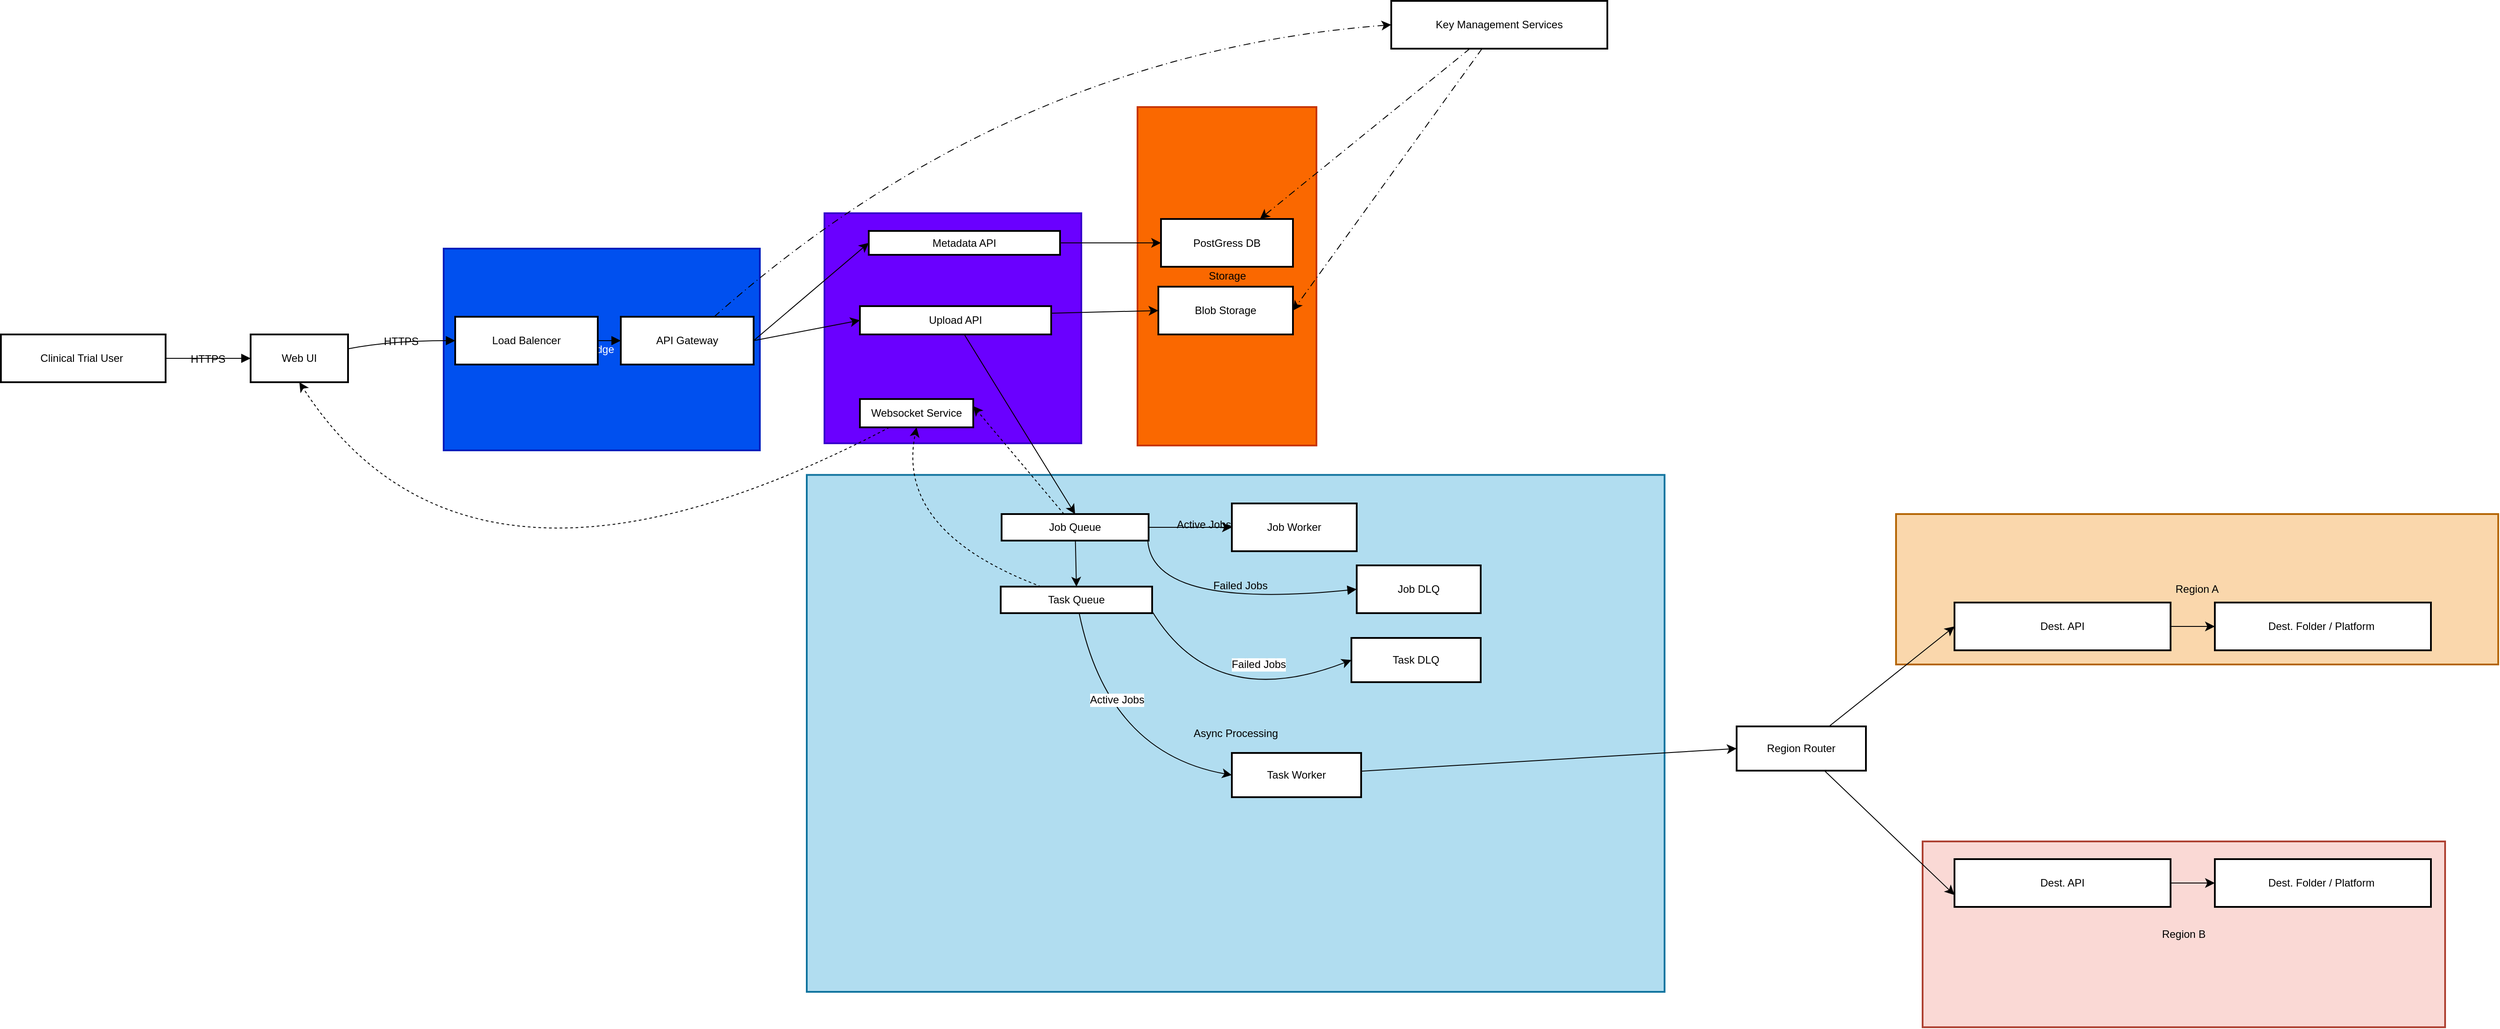
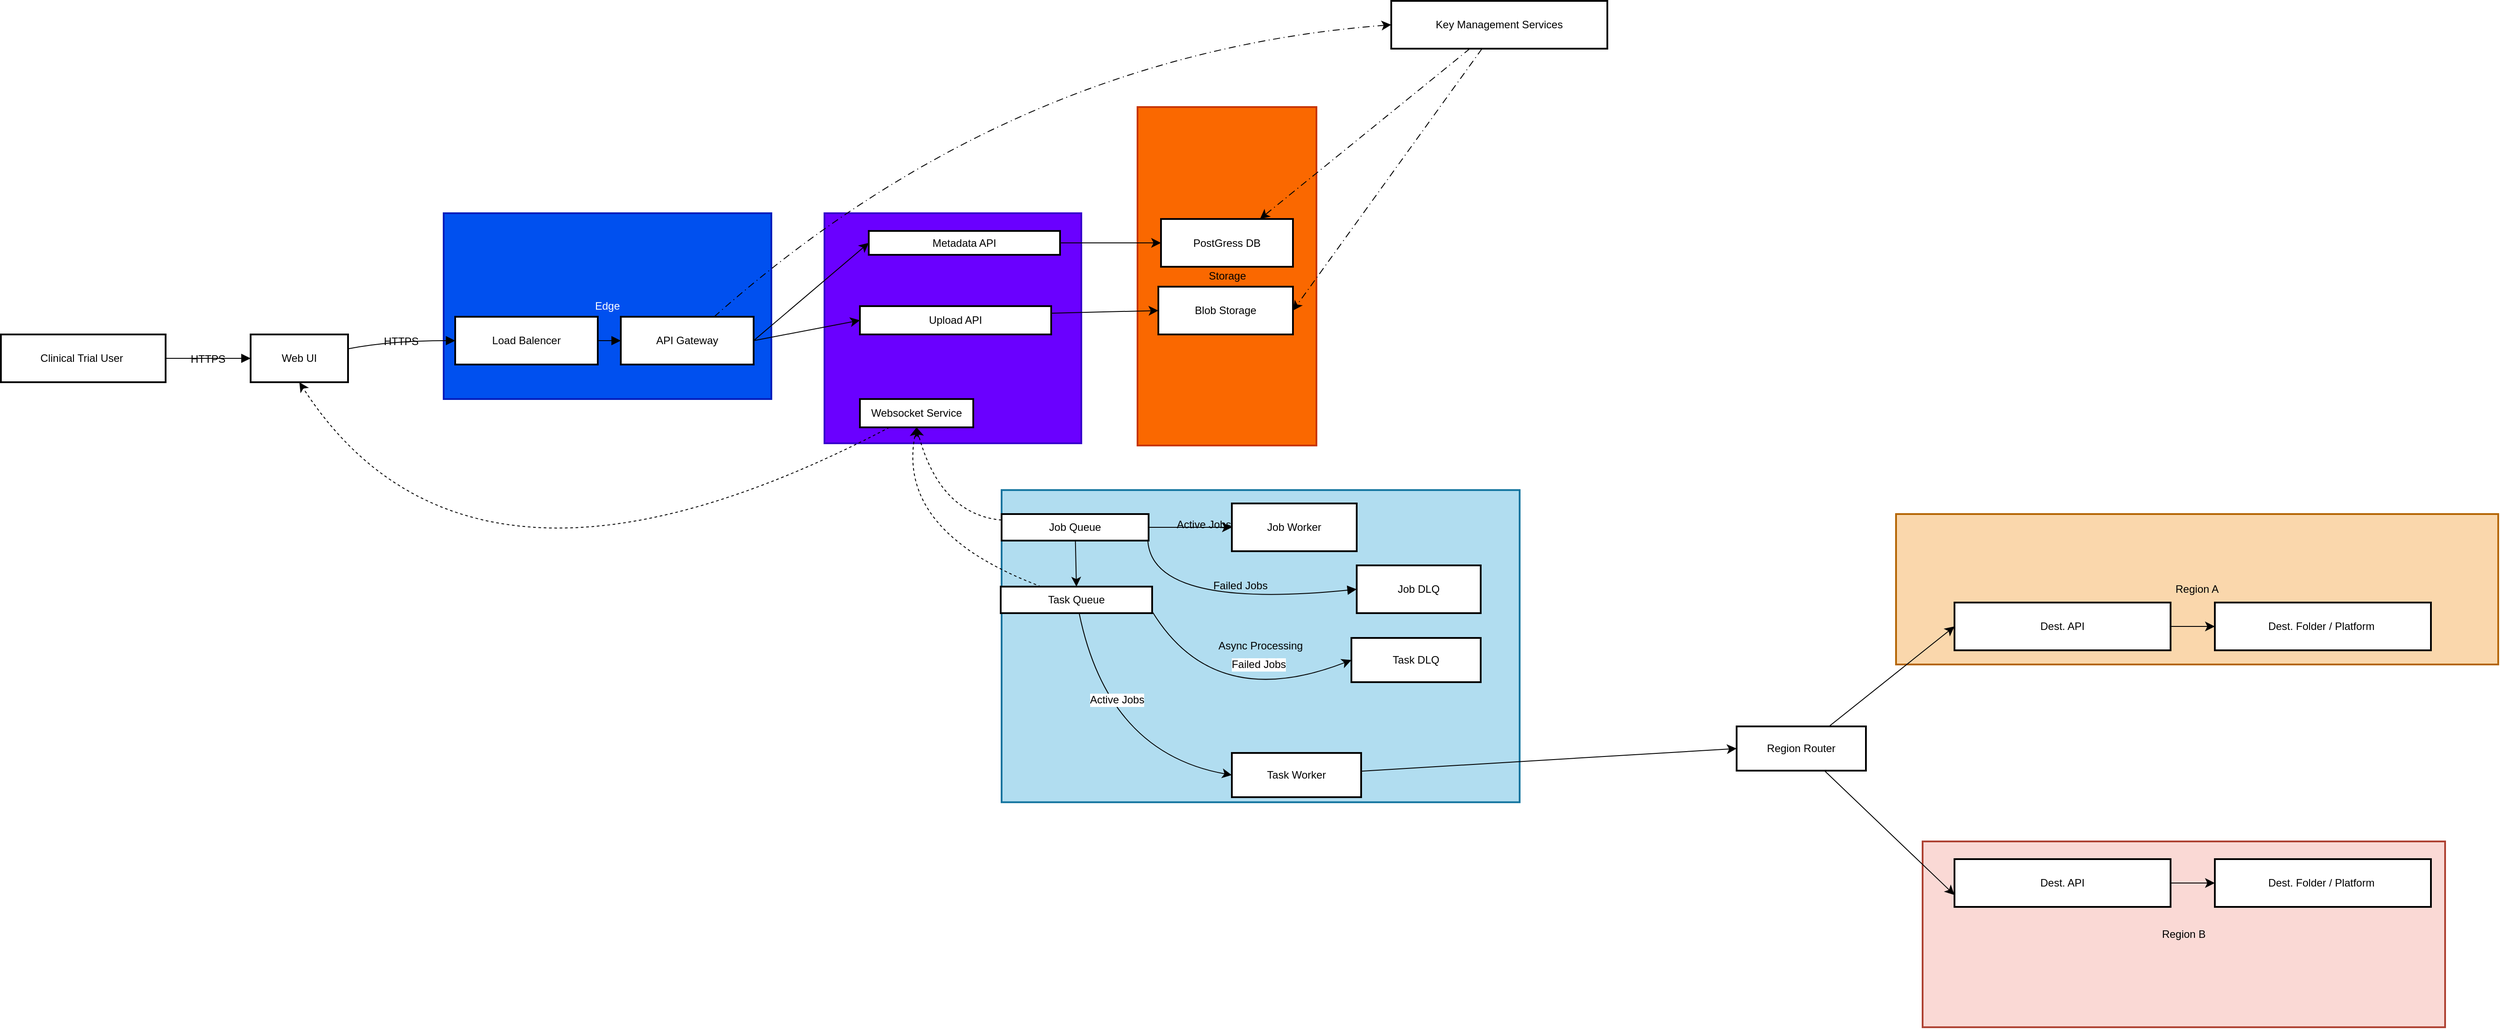
<mxfile host="app.diagrams.net">
  <diagram name="Overall-Diagram" id="Xauzskn0iYLa3f8TggF1">
-     <mxGraphModel dx="1984" dy="2451" grid="1" gridSize="10" guides="1" tooltips="1" connect="1" arrows="1" fold="1" page="1" pageScale="1" pageWidth="850" pageHeight="1100" background="none" math="0" shadow="0">
+     <mxGraphModel dx="1267" dy="1808" grid="1" gridSize="10" guides="1" tooltips="1" connect="1" arrows="1" fold="1" page="1" pageScale="1" pageWidth="850" pageHeight="1100" background="none" math="0" shadow="0">
      <root>
        <mxCell id="0" />
        <mxCell id="1" parent="0" />
        <mxCell id="tPvMw2njpGqdJi2HAjV1-28" parent="1" style="whiteSpace=wrap;strokeWidth=2;rounded=0;labelBackgroundColor=none;fillColor=#fad9d5;strokeColor=#ae4132;" value="Region B" vertex="1">
          <mxGeometry height="210" width="590" x="2270" y="750" as="geometry" />
        </mxCell>
        <mxCell id="tPvMw2njpGqdJi2HAjV1-27" parent="1" style="whiteSpace=wrap;strokeWidth=2;rounded=0;labelBackgroundColor=none;fillColor=#fad7ac;strokeColor=#b46504;" value="Region A" vertex="1">
          <mxGeometry height="170" width="680" x="2240" y="380" as="geometry" />
        </mxCell>
        <mxCell id="LGeiLnGPZ_kJypGg9XhN-2" parent="1" style="whiteSpace=wrap;strokeWidth=2;rounded=0;labelBackgroundColor=none;fillColor=#b1ddf0;strokeColor=#10739e;aspect=fixed;" value="Async Processing" vertex="1">
-           <mxGeometry height="584.25" width="968.63" x="1010" y="335.75" as="geometry" />
+           <mxGeometry height="352.83" width="584.97" x="1230" y="352.88" as="geometry" />
        </mxCell>
        <mxCell id="LGeiLnGPZ_kJypGg9XhN-39" edge="1" parent="1" source="LGeiLnGPZ_kJypGg9XhN-14" style="curved=1;startArrow=none;endArrow=block;exitX=1;exitY=0.5;entryX=0;entryY=0.5;rounded=0;fontSize=12;startSize=8;endSize=8;exitDx=0;exitDy=0;labelBackgroundColor=none;fontColor=default;" target="LGeiLnGPZ_kJypGg9XhN-21" value="Failed Jobs">
          <mxGeometry relative="1" x="0.2549" y="18" as="geometry">
            <mxPoint as="offset" />
            <Array as="points">
              <mxPoint x="1380" y="490" />
            </Array>
          </mxGeometry>
        </mxCell>
        <mxCell id="LGeiLnGPZ_kJypGg9XhN-4" parent="1" style="whiteSpace=wrap;strokeWidth=2;rounded=0;labelBackgroundColor=none;fillColor=#6a00ff;fontColor=#ffffff;strokeColor=#3700CC;" value="API Services" vertex="1">
          <mxGeometry height="260" width="290" x="1030" y="40" as="geometry" />
        </mxCell>
        <mxCell id="LGeiLnGPZ_kJypGg9XhN-3" parent="1" style="whiteSpace=wrap;strokeWidth=2;rounded=0;labelBackgroundColor=none;fillColor=#fa6800;fontColor=#000000;strokeColor=#C73500;" value="Storage" vertex="1">
          <mxGeometry height="382.5" width="202" x="1383.5" y="-80" as="geometry" />
        </mxCell>
        <mxCell id="LGeiLnGPZ_kJypGg9XhN-5" parent="1" style="whiteSpace=wrap;strokeWidth=2;rounded=0;labelBackgroundColor=none;fillColor=#0050ef;fontColor=#ffffff;strokeColor=#001DBC;" value="Edge" vertex="1">
-           <mxGeometry height="228" width="357" x="600" y="80" as="geometry" />
+           <mxGeometry height="210" width="370" x="600" y="40" as="geometry" />
        </mxCell>
        <mxCell id="LGeiLnGPZ_kJypGg9XhN-6" parent="1" style="whiteSpace=wrap;strokeWidth=2;rounded=0;labelBackgroundColor=none;" value="Clinical Trial User " vertex="1">
          <mxGeometry height="54" width="186" x="100" y="177" as="geometry" />
        </mxCell>
        <mxCell id="LGeiLnGPZ_kJypGg9XhN-7" parent="1" style="whiteSpace=wrap;strokeWidth=2;rounded=0;labelBackgroundColor=none;" value="Web UI" vertex="1">
          <mxGeometry height="54" width="110" x="382" y="177" as="geometry" />
        </mxCell>
        <mxCell id="LGeiLnGPZ_kJypGg9XhN-8" parent="1" style="whiteSpace=wrap;strokeWidth=2;rounded=0;labelBackgroundColor=none;" value="Load Balencer" vertex="1">
          <mxGeometry height="54" width="161" x="613" y="157" as="geometry" />
        </mxCell>
        <mxCell id="ijDLy2rUQYNMrnhEq9o_-15" edge="1" parent="1" source="LGeiLnGPZ_kJypGg9XhN-9" style="edgeStyle=none;curved=1;rounded=0;orthogonalLoop=1;jettySize=auto;html=1;fontSize=12;startSize=8;endSize=8;entryX=0;entryY=0.5;entryDx=0;entryDy=0;labelBackgroundColor=none;fontColor=default;exitX=1;exitY=0.5;exitDx=0;exitDy=0;" target="LGeiLnGPZ_kJypGg9XhN-10">
          <mxGeometry relative="1" as="geometry">
            <mxPoint x="1059.9999999999998" y="229.99999999999977" as="targetPoint" />
          </mxGeometry>
        </mxCell>
        <mxCell id="ijDLy2rUQYNMrnhEq9o_-17" edge="1" parent="1" source="LGeiLnGPZ_kJypGg9XhN-9" style="edgeStyle=none;curved=1;rounded=0;orthogonalLoop=1;jettySize=auto;html=1;entryX=0;entryY=0.5;entryDx=0;entryDy=0;fontSize=12;startSize=8;endSize=8;exitX=1;exitY=0.5;exitDx=0;exitDy=0;" target="LGeiLnGPZ_kJypGg9XhN-11">
          <mxGeometry relative="1" as="geometry">
            <mxPoint x="960" y="190" as="sourcePoint" />
          </mxGeometry>
        </mxCell>
        <mxCell id="tPvMw2njpGqdJi2HAjV1-17" edge="1" parent="1" source="LGeiLnGPZ_kJypGg9XhN-9" style="edgeStyle=none;curved=1;rounded=0;orthogonalLoop=1;jettySize=auto;html=1;entryX=0;entryY=0.5;entryDx=0;entryDy=0;fontSize=12;startSize=8;endSize=8;dashed=1;dashPattern=8 4 1 4;" target="LGeiLnGPZ_kJypGg9XhN-20">
          <mxGeometry relative="1" as="geometry">
            <Array as="points">
              <mxPoint x="1240" y="-140" />
            </Array>
          </mxGeometry>
        </mxCell>
        <mxCell id="LGeiLnGPZ_kJypGg9XhN-9" parent="1" style="whiteSpace=wrap;strokeWidth=2;rounded=0;labelBackgroundColor=none;" value="API Gateway" vertex="1">
          <mxGeometry height="54" width="150" x="800" y="157" as="geometry" />
        </mxCell>
        <mxCell id="ijDLy2rUQYNMrnhEq9o_-19" edge="1" parent="1" source="LGeiLnGPZ_kJypGg9XhN-10" style="edgeStyle=none;curved=1;rounded=0;orthogonalLoop=1;jettySize=auto;html=1;entryX=0;entryY=0.5;entryDx=0;entryDy=0;fontSize=12;startSize=8;endSize=8;exitX=1;exitY=0.5;exitDx=0;exitDy=0;" target="LGeiLnGPZ_kJypGg9XhN-12">
          <mxGeometry relative="1" as="geometry" />
        </mxCell>
        <mxCell id="LGeiLnGPZ_kJypGg9XhN-10" parent="1" style="whiteSpace=wrap;strokeWidth=2;rounded=0;labelBackgroundColor=none;" value="Metadata API" vertex="1">
          <mxGeometry height="27" width="216" x="1080" y="60" as="geometry" />
        </mxCell>
        <mxCell id="ijDLy2rUQYNMrnhEq9o_-12" edge="1" parent="1" source="LGeiLnGPZ_kJypGg9XhN-11" style="edgeStyle=none;curved=1;rounded=0;orthogonalLoop=1;jettySize=auto;html=1;entryX=0;entryY=0.5;entryDx=0;entryDy=0;fontSize=12;startSize=8;endSize=8;exitX=1;exitY=0.25;exitDx=0;exitDy=0;labelBackgroundColor=none;fontColor=default;" target="LGeiLnGPZ_kJypGg9XhN-13">
          <mxGeometry relative="1" as="geometry" />
        </mxCell>
-         <mxCell id="tPvMw2njpGqdJi2HAjV1-4" edge="1" parent="1" source="LGeiLnGPZ_kJypGg9XhN-11" style="edgeStyle=none;curved=1;rounded=0;orthogonalLoop=1;jettySize=auto;html=1;entryX=0.5;entryY=0;entryDx=0;entryDy=0;fontSize=12;startSize=8;endSize=8;" target="LGeiLnGPZ_kJypGg9XhN-14">
-           <mxGeometry relative="1" as="geometry" />
-         </mxCell>
        <mxCell id="LGeiLnGPZ_kJypGg9XhN-11" parent="1" style="whiteSpace=wrap;strokeWidth=2;rounded=0;labelBackgroundColor=none;" value="Upload API" vertex="1">
          <mxGeometry height="32" width="216" x="1070" y="145" as="geometry" />
        </mxCell>
        <mxCell id="ijDLy2rUQYNMrnhEq9o_-5" edge="1" parent="1" source="LGeiLnGPZ_kJypGg9XhN-14" style="edgeStyle=none;curved=1;rounded=0;orthogonalLoop=1;jettySize=auto;html=1;entryX=0;entryY=0.5;entryDx=0;entryDy=0;fontSize=12;startSize=8;endSize=8;labelBackgroundColor=none;fontColor=default;" target="LGeiLnGPZ_kJypGg9XhN-16">
          <mxGeometry relative="1" as="geometry" />
        </mxCell>
        <mxCell id="ijDLy2rUQYNMrnhEq9o_-6" connectable="0" parent="ijDLy2rUQYNMrnhEq9o_-5" style="edgeLabel;html=1;align=center;verticalAlign=middle;resizable=0;points=[];fontSize=12;rounded=0;labelBackgroundColor=none;" value="Active Jobs" vertex="1">
          <mxGeometry relative="1" x="0.3104" y="3" as="geometry">
            <mxPoint as="offset" />
          </mxGeometry>
        </mxCell>
        <mxCell id="ijDLy2rUQYNMrnhEq9o_-9" edge="1" parent="1" source="LGeiLnGPZ_kJypGg9XhN-14" style="edgeStyle=none;curved=1;rounded=0;orthogonalLoop=1;jettySize=auto;html=1;entryX=0.5;entryY=0;entryDx=0;entryDy=0;fontSize=12;startSize=8;endSize=8;labelBackgroundColor=none;fontColor=default;" target="LGeiLnGPZ_kJypGg9XhN-15">
          <mxGeometry relative="1" as="geometry" />
        </mxCell>
-         <mxCell id="tPvMw2njpGqdJi2HAjV1-2" edge="1" parent="1" source="LGeiLnGPZ_kJypGg9XhN-14" style="edgeStyle=none;curved=1;rounded=0;orthogonalLoop=1;jettySize=auto;html=1;fontSize=12;startSize=8;endSize=8;entryX=1;entryY=0.25;entryDx=0;entryDy=0;dashed=1;" target="LGeiLnGPZ_kJypGg9XhN-18">
-           <mxGeometry relative="1" as="geometry">
+         <mxCell id="tPvMw2njpGqdJi2HAjV1-2" edge="1" parent="1" source="LGeiLnGPZ_kJypGg9XhN-14" style="edgeStyle=none;curved=1;rounded=0;orthogonalLoop=1;jettySize=auto;html=1;fontSize=12;startSize=8;endSize=8;entryX=0.5;entryY=1;entryDx=0;entryDy=0;dashed=1;" target="LGeiLnGPZ_kJypGg9XhN-18">
+           <mxGeometry relative="1" as="geometry">
+             <Array as="points">
+               <mxPoint x="1160" y="380" />
+             </Array>
            <mxPoint x="1150" y="490" as="targetPoint" />
          </mxGeometry>
        </mxCell>
        <mxCell id="LGeiLnGPZ_kJypGg9XhN-14" parent="1" style="whiteSpace=wrap;strokeWidth=2;rounded=0;labelBackgroundColor=none;" value="Job Queue" vertex="1">
          <mxGeometry height="30" width="166" x="1230" y="380" as="geometry" />
        </mxCell>
        <mxCell id="tPvMw2njpGqdJi2HAjV1-1" edge="1" parent="1" style="edgeStyle=none;curved=1;rounded=0;orthogonalLoop=1;jettySize=auto;html=1;entryX=0;entryY=0.5;entryDx=0;entryDy=0;fontSize=12;startSize=8;endSize=8;" target="LGeiLnGPZ_kJypGg9XhN-22" value="Failed Jobs">
          <mxGeometry relative="1" x="0.337" y="33" as="geometry">
            <mxPoint as="offset" />
            <Array as="points">
              <mxPoint x="1470" y="605" />
            </Array>
            <mxPoint x="1400" y="490" as="sourcePoint" />
          </mxGeometry>
        </mxCell>
        <mxCell id="tPvMw2njpGqdJi2HAjV1-22" edge="1" parent="1" source="LGeiLnGPZ_kJypGg9XhN-15" style="edgeStyle=none;curved=1;rounded=0;orthogonalLoop=1;jettySize=auto;html=1;entryX=0;entryY=0.5;entryDx=0;entryDy=0;fontSize=12;startSize=8;endSize=8;" target="LGeiLnGPZ_kJypGg9XhN-17" value="Active Jobs">
          <mxGeometry relative="1" x="-0.3112" y="22" as="geometry">
            <mxPoint as="offset" />
            <Array as="points">
              <mxPoint x="1350" y="650" />
            </Array>
          </mxGeometry>
        </mxCell>
        <mxCell id="tPvMw2njpGqdJi2HAjV1-30" edge="1" parent="1" source="LGeiLnGPZ_kJypGg9XhN-15" style="edgeStyle=none;curved=1;rounded=0;orthogonalLoop=1;jettySize=auto;html=1;entryX=0.5;entryY=1;entryDx=0;entryDy=0;fontSize=12;startSize=8;endSize=8;dashed=1;" target="LGeiLnGPZ_kJypGg9XhN-18">
          <mxGeometry relative="1" as="geometry">
            <Array as="points">
              <mxPoint x="1110" y="400" />
            </Array>
          </mxGeometry>
        </mxCell>
        <mxCell id="LGeiLnGPZ_kJypGg9XhN-15" parent="1" style="whiteSpace=wrap;strokeWidth=2;rounded=0;labelBackgroundColor=none;" value="Task Queue" vertex="1">
          <mxGeometry height="30" width="171" x="1229" y="462" as="geometry" />
        </mxCell>
        <mxCell id="LGeiLnGPZ_kJypGg9XhN-16" parent="1" style="whiteSpace=wrap;strokeWidth=2;rounded=0;labelBackgroundColor=none;" value="Job Worker" vertex="1">
          <mxGeometry height="54" width="141" x="1490" y="368" as="geometry" />
        </mxCell>
        <mxCell id="tPvMw2njpGqdJi2HAjV1-11" edge="1" parent="1" source="LGeiLnGPZ_kJypGg9XhN-17" style="edgeStyle=none;curved=1;rounded=0;orthogonalLoop=1;jettySize=auto;html=1;entryX=0;entryY=0.5;entryDx=0;entryDy=0;fontSize=12;startSize=8;endSize=8;" target="tPvMw2njpGqdJi2HAjV1-6">
          <mxGeometry relative="1" as="geometry" />
        </mxCell>
        <mxCell id="LGeiLnGPZ_kJypGg9XhN-17" parent="1" style="whiteSpace=wrap;strokeWidth=2;rounded=0;labelBackgroundColor=none;" value="Task Worker" vertex="1">
          <mxGeometry height="50" width="146" x="1490" y="650" as="geometry" />
        </mxCell>
        <mxCell id="tPvMw2njpGqdJi2HAjV1-18" edge="1" parent="1" source="LGeiLnGPZ_kJypGg9XhN-20" style="edgeStyle=none;curved=1;rounded=0;orthogonalLoop=1;jettySize=auto;html=1;entryX=0.75;entryY=0;entryDx=0;entryDy=0;fontSize=12;startSize=8;endSize=8;dashed=1;dashPattern=8 4 1 4;" target="LGeiLnGPZ_kJypGg9XhN-12">
          <mxGeometry relative="1" as="geometry" />
        </mxCell>
        <mxCell id="tPvMw2njpGqdJi2HAjV1-19" edge="1" parent="1" source="LGeiLnGPZ_kJypGg9XhN-20" style="edgeStyle=none;curved=1;rounded=0;orthogonalLoop=1;jettySize=auto;html=1;entryX=1;entryY=0.5;entryDx=0;entryDy=0;fontSize=12;startSize=8;endSize=8;dashed=1;dashPattern=8 4 1 4;" target="LGeiLnGPZ_kJypGg9XhN-13">
          <mxGeometry relative="1" as="geometry" />
        </mxCell>
        <mxCell id="LGeiLnGPZ_kJypGg9XhN-20" parent="1" style="whiteSpace=wrap;strokeWidth=2;rounded=0;labelBackgroundColor=none;" value="Key Management Services" vertex="1">
          <mxGeometry height="54" width="244" x="1670" y="-200" as="geometry" />
        </mxCell>
        <mxCell id="LGeiLnGPZ_kJypGg9XhN-21" parent="1" style="whiteSpace=wrap;strokeWidth=2;rounded=0;labelBackgroundColor=none;" value="Job DLQ" vertex="1">
          <mxGeometry height="54" width="140" x="1631" y="438" as="geometry" />
        </mxCell>
        <mxCell id="LGeiLnGPZ_kJypGg9XhN-22" parent="1" style="whiteSpace=wrap;strokeWidth=2;rounded=0;labelBackgroundColor=none;" value="Task DLQ" vertex="1">
          <mxGeometry height="50" width="146" x="1625" y="520" as="geometry" />
        </mxCell>
        <mxCell id="LGeiLnGPZ_kJypGg9XhN-23" edge="1" parent="1" source="LGeiLnGPZ_kJypGg9XhN-6" style="curved=1;startArrow=none;endArrow=block;exitX=1;exitY=0.5;entryX=0;entryY=0.5;rounded=0;fontSize=12;startSize=8;endSize=8;labelBackgroundColor=none;fontColor=default;" target="LGeiLnGPZ_kJypGg9XhN-7" value="HTTPS">
          <mxGeometry relative="1" as="geometry">
            <Array as="points" />
          </mxGeometry>
        </mxCell>
        <mxCell id="LGeiLnGPZ_kJypGg9XhN-24" edge="1" parent="1" source="LGeiLnGPZ_kJypGg9XhN-7" style="curved=1;startArrow=none;endArrow=block;exitX=1;exitY=0.3;entryX=0;entryY=0.5;rounded=0;fontSize=12;startSize=8;endSize=8;labelBackgroundColor=none;fontColor=default;" target="LGeiLnGPZ_kJypGg9XhN-8" value="HTTPS">
          <mxGeometry relative="1" as="geometry">
            <Array as="points">
              <mxPoint x="540" y="184" />
            </Array>
          </mxGeometry>
        </mxCell>
        <mxCell id="LGeiLnGPZ_kJypGg9XhN-35" edge="1" parent="1" source="LGeiLnGPZ_kJypGg9XhN-8" style="curved=1;startArrow=none;endArrow=block;exitX=1;exitY=0.5;entryX=0;entryY=0.5;rounded=0;fontSize=12;startSize=8;endSize=8;labelBackgroundColor=none;fontColor=default;" target="LGeiLnGPZ_kJypGg9XhN-9" value="">
          <mxGeometry relative="1" as="geometry">
            <Array as="points" />
          </mxGeometry>
        </mxCell>
        <mxCell id="tPvMw2njpGqdJi2HAjV1-29" edge="1" parent="1" source="LGeiLnGPZ_kJypGg9XhN-18" style="edgeStyle=none;curved=1;rounded=0;orthogonalLoop=1;jettySize=auto;html=1;entryX=0.5;entryY=1;entryDx=0;entryDy=0;fontSize=12;startSize=8;endSize=8;dashed=1;" target="LGeiLnGPZ_kJypGg9XhN-7">
          <mxGeometry relative="1" as="geometry">
            <Array as="points">
              <mxPoint x="630" y="530" />
            </Array>
          </mxGeometry>
        </mxCell>
        <mxCell id="LGeiLnGPZ_kJypGg9XhN-18" parent="1" style="whiteSpace=wrap;strokeWidth=2;rounded=0;labelBackgroundColor=none;" value="Websocket Service" vertex="1">
          <mxGeometry height="32" width="128" x="1070" y="250" as="geometry" />
        </mxCell>
        <mxCell id="LGeiLnGPZ_kJypGg9XhN-13" parent="1" style="whiteSpace=wrap;strokeWidth=2;rounded=0;labelBackgroundColor=none;" value="Blob Storage" vertex="1">
          <mxGeometry height="54" width="152" x="1407" y="123" as="geometry" />
        </mxCell>
        <mxCell id="LGeiLnGPZ_kJypGg9XhN-12" parent="1" style="whiteSpace=wrap;strokeWidth=2;rounded=0;labelBackgroundColor=none;" value="PostGress DB" vertex="1">
          <mxGeometry height="54" width="149" x="1410" y="46.5" as="geometry" />
        </mxCell>
        <mxCell id="tPvMw2njpGqdJi2HAjV1-12" edge="1" parent="1" source="tPvMw2njpGqdJi2HAjV1-6" style="edgeStyle=none;curved=1;rounded=0;orthogonalLoop=1;jettySize=auto;html=1;entryX=0;entryY=0.5;entryDx=0;entryDy=0;fontSize=12;startSize=8;endSize=8;" target="tPvMw2njpGqdJi2HAjV1-8">
          <mxGeometry relative="1" as="geometry" />
        </mxCell>
        <mxCell id="tPvMw2njpGqdJi2HAjV1-13" edge="1" parent="1" source="tPvMw2njpGqdJi2HAjV1-6" style="edgeStyle=none;curved=1;rounded=0;orthogonalLoop=1;jettySize=auto;html=1;entryX=0;entryY=0.75;entryDx=0;entryDy=0;fontSize=12;startSize=8;endSize=8;" target="tPvMw2njpGqdJi2HAjV1-10">
          <mxGeometry relative="1" as="geometry" />
        </mxCell>
        <mxCell id="tPvMw2njpGqdJi2HAjV1-6" parent="1" style="whiteSpace=wrap;strokeWidth=2;rounded=0;labelBackgroundColor=none;" value="Region Router" vertex="1">
          <mxGeometry height="50" width="146" x="2060" y="620" as="geometry" />
        </mxCell>
        <mxCell id="tPvMw2njpGqdJi2HAjV1-7" parent="1" style="whiteSpace=wrap;strokeWidth=2;rounded=0;labelBackgroundColor=none;" value="Dest. Folder / Platform " vertex="1">
          <mxGeometry height="54" width="244" x="2600" y="480" as="geometry" />
        </mxCell>
        <mxCell id="tPvMw2njpGqdJi2HAjV1-15" edge="1" parent="1" source="tPvMw2njpGqdJi2HAjV1-8" style="edgeStyle=none;curved=1;rounded=0;orthogonalLoop=1;jettySize=auto;html=1;fontSize=12;startSize=8;endSize=8;" target="tPvMw2njpGqdJi2HAjV1-7" value="">
          <mxGeometry relative="1" as="geometry" />
        </mxCell>
        <mxCell id="tPvMw2njpGqdJi2HAjV1-8" parent="1" style="whiteSpace=wrap;strokeWidth=2;rounded=0;labelBackgroundColor=none;" value="Dest. API" vertex="1">
          <mxGeometry height="54" width="244" x="2306" y="480" as="geometry" />
        </mxCell>
        <mxCell id="tPvMw2njpGqdJi2HAjV1-9" parent="1" style="whiteSpace=wrap;strokeWidth=2;rounded=0;labelBackgroundColor=none;" value="Dest. Folder / Platform " vertex="1">
          <mxGeometry height="54" width="244" x="2600" y="770" as="geometry" />
        </mxCell>
        <mxCell id="tPvMw2njpGqdJi2HAjV1-16" edge="1" parent="1" source="tPvMw2njpGqdJi2HAjV1-10" style="edgeStyle=none;curved=1;rounded=0;orthogonalLoop=1;jettySize=auto;html=1;fontSize=12;startSize=8;endSize=8;" target="tPvMw2njpGqdJi2HAjV1-9" value="">
          <mxGeometry relative="1" as="geometry" />
        </mxCell>
        <mxCell id="tPvMw2njpGqdJi2HAjV1-10" parent="1" style="whiteSpace=wrap;strokeWidth=2;rounded=0;labelBackgroundColor=none;" value="Dest. API" vertex="1">
          <mxGeometry height="54" width="244" x="2306" y="770" as="geometry" />
        </mxCell>
      </root>
    </mxGraphModel>
  </diagram>
</mxfile>
